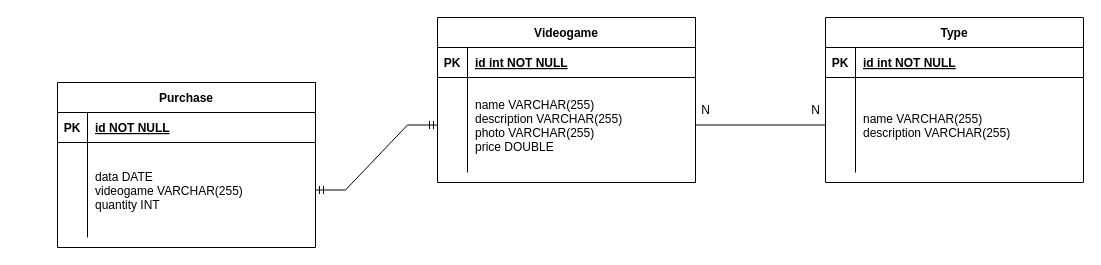
This is ER-diagram.drawio from CampanelliEmanuele/videogame-shop, a draw.io file, before an edit. Source tidied: cells renumbered, new cells numbered last; positions are measured from the earlier drawing's top-left corner, leaving out a move shared by most shapes. Both pictures are drawn from the tidied source at 100%, with x=0, y=0 at pixel (57, 17).
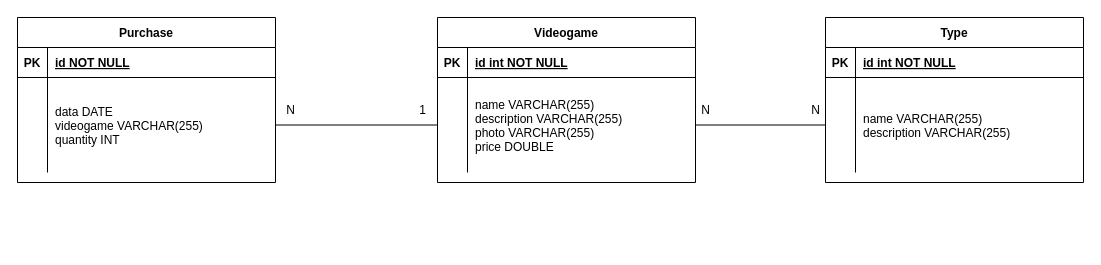
After the change.

Commit message:
Update: diagram class

Unchanged cells that the change refers to:
```xml
<mxCell id="6" style="shape=partialRectangle;fillColor=none;points=[[0,0.5],[1,0.5]];portConstraint=eastwest;top=0;left=0;right=0;bottom=0;" parent="2" vertex="1">
  <mxGeometry y="60" width="258" height="95" as="geometry" />
</mxCell>
<mxCell id="24" style="shape=partialRectangle;fillColor=none;points=[[0,0.5],[1,0.5]];portConstraint=eastwest;top=0;left=0;right=0;bottom=0;" parent="20" vertex="1">
  <mxGeometry y="60" width="258" height="95" as="geometry" />
</mxCell>
```

The edit, as a diff of the source:
```diff
@@
     <mxCell id="20" value="Purchase" style="shape=table;startSize=30;childLayout=tableLayout;rowLines=0;fontStyle=1;align=center;" parent="1" vertex="1">
-      <mxGeometry y="65" width="258" height="165" as="geometry" />
+      <mxGeometry x="-40" width="258" height="165" as="geometry" />
     </mxCell>
@@
-    <mxCell id="27" style="edgeStyle=entityRelationEdgeStyle;fontSize=12;html=1;endArrow=ERmandOne;startArrow=ERmandOne;rounded=0;exitX=1;exitY=0.5;exitDx=0;exitDy=0;entryX=0;entryY=0.5;entryDx=0;entryDy=0;" parent="1" edge="1" source="24" target="6">
+    <mxCell id="27" style="endArrow=none;html=1;rounded=0;exitX=1;exitY=0.5;exitDx=0;exitDy=0;entryX=0;entryY=0.5;entryDx=0;entryDy=0;" parent="1" edge="1" source="24" target="6">
       <mxGeometry relative="1" as="geometry" />
     </mxCell>
+    <mxCell id="28" value="N" style="text;html=1;align=center;verticalAlign=middle;strokeColor=none;fillColor=none;" parent="1" vertex="1">
+      <mxGeometry x="218" y="78" width="30" height="30" as="geometry" />
+    </mxCell>
+    <mxCell id="29" value="1" style="text;html=1;align=center;verticalAlign=middle;strokeColor=none;fillColor=none;" parent="1" vertex="1">
+      <mxGeometry x="350" y="78" width="30" height="30" as="geometry" />
+    </mxCell>
```
